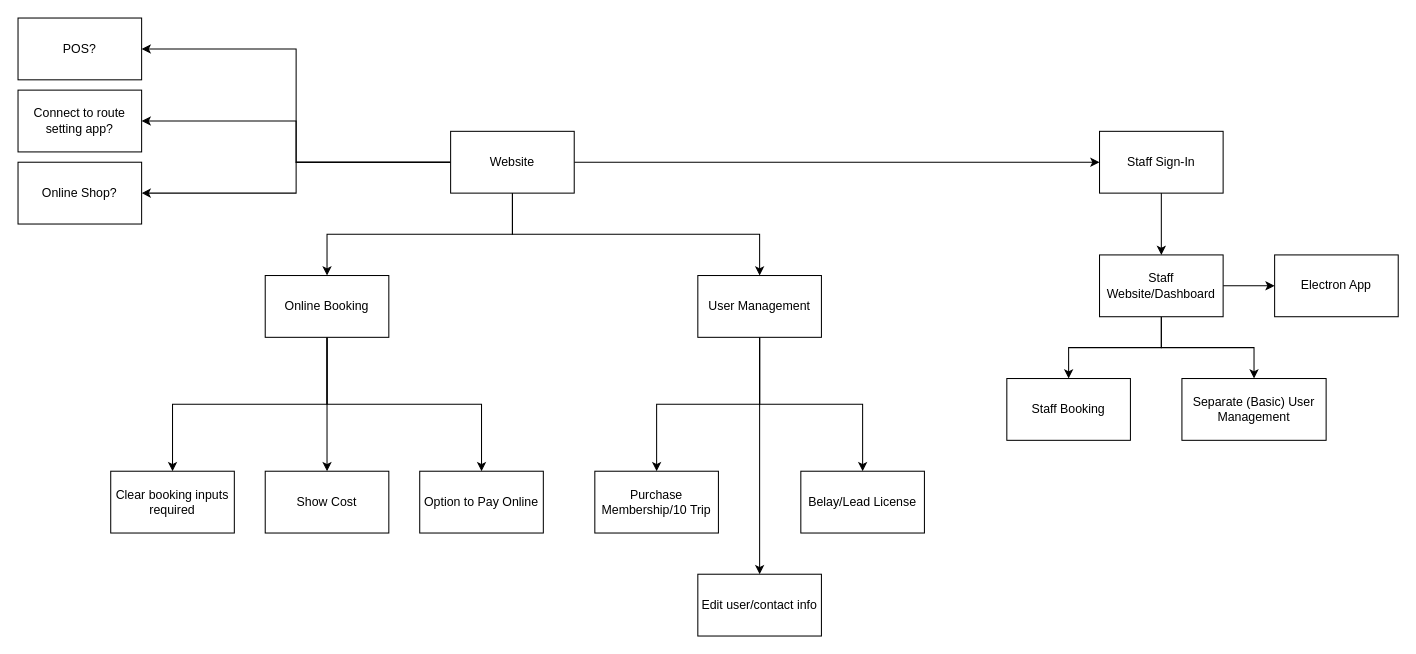
The draw.io diagram Hangdog Site Planning.drawio in Stoupe/hangdog-site, before the edit. Source tidied: cells renumbered, new cells numbered last; positions are measured from the earlier drawing's top-left corner, leaving out a move shared by most shapes. Both pictures are drawn from the tidied source at 103%, with x=0, y=0 at pixel (18, 18).
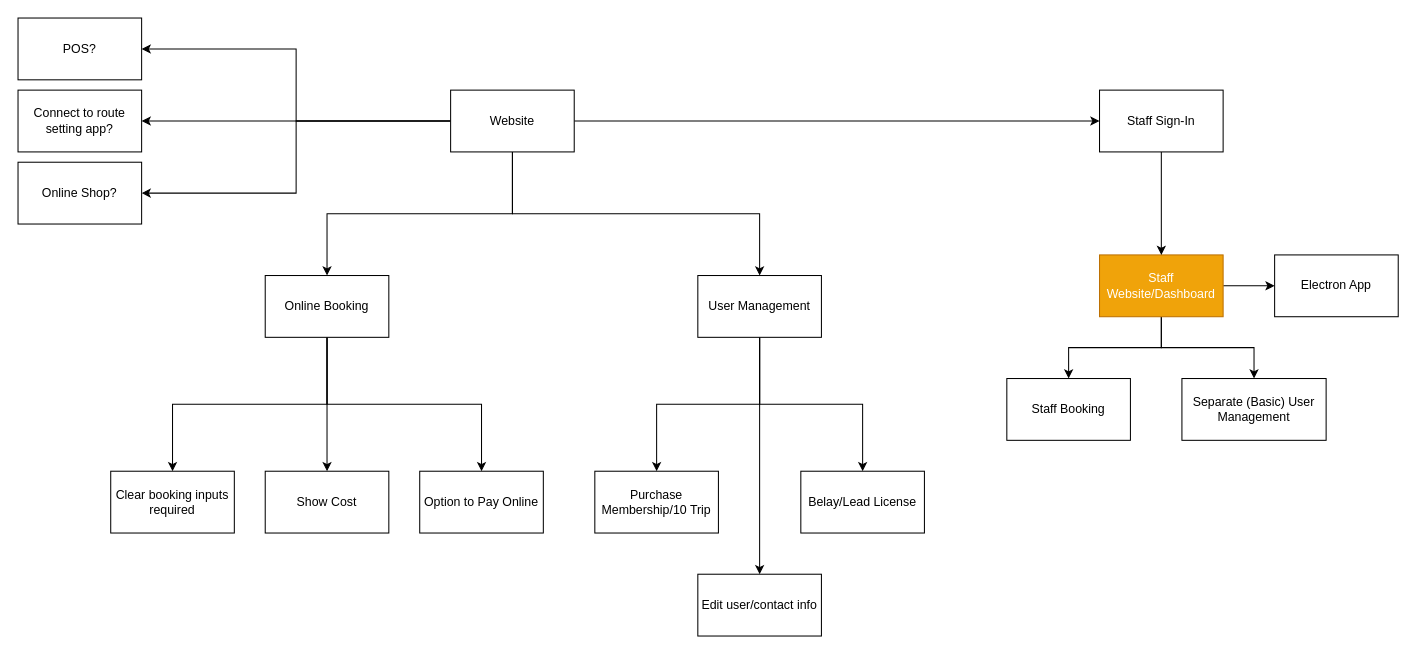
Above is the later version.

Commit message (it also covers changes not shown here):
Dashboard only accessible when logged in

Diff of the diagram source:
```diff
@@
     <mxCell id="8" value="Website" style="rounded=0;whiteSpace=wrap;html=1;" parent="1" vertex="1">
-      <mxGeometry x="420" y="110" width="120" height="60" as="geometry" />
+      <mxGeometry x="420" y="70" width="120" height="60" as="geometry" />
     </mxCell>
@@
-    <mxCell id="20" value="Staff Website/Dashboard" style="rounded=0;whiteSpace=wrap;html=1;" parent="1" vertex="1">
+    <mxCell id="20" value="Staff Website/Dashboard" style="rounded=0;whiteSpace=wrap;html=1;fillColor=#f0a30a;strokeColor=#BD7000;fontColor=#ffffff;" parent="1" vertex="1">
       <mxGeometry x="1050" y="230" width="120" height="60" as="geometry" />
     </mxCell>
@@
     <mxCell id="22" value="Staff Sign-In" style="rounded=0;whiteSpace=wrap;html=1;" parent="1" vertex="1">
-      <mxGeometry x="1050" y="110" width="120" height="60" as="geometry" />
+      <mxGeometry x="1050" y="70" width="120" height="60" as="geometry" />
     </mxCell>
```
